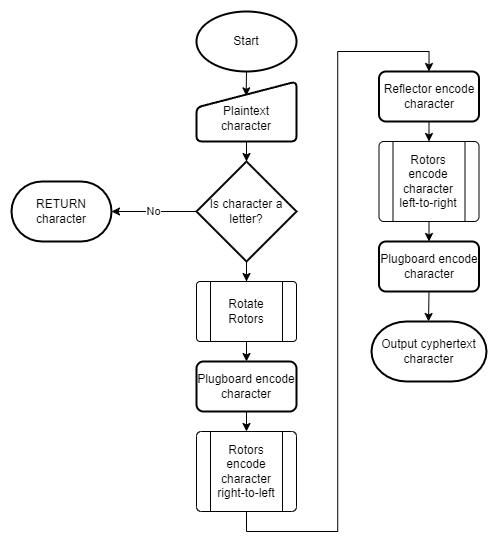
Above: docs/images/Enigma encryption flowchart.png in elliot-brooks/enigma-simulator (draw.io), before the change. Source tidied: cells renumbered, new cells last; positions are measured from the earlier drawing's top-left corner, leaving out a move shared by most shapes. The source it was exported from:
```xml
<mxGraphModel>
  <root>
    <mxCell id="0" />
    <mxCell id="1" parent="0" />
    <mxCell id="2" value="No" style="edgeStyle=orthogonalEdgeStyle;rounded=0;jettySize=auto;html=1;exitX=0;exitY=0.5;exitDx=0;exitDy=0;exitPerimeter=0;entryX=1;entryY=0.5;entryDx=0;entryDy=0;entryPerimeter=0;" parent="1" edge="1" source="4" target="11">
      <mxGeometry relative="1" as="geometry" />
    </mxCell>
    <mxCell id="3" style="edgeStyle=orthogonalEdgeStyle;rounded=0;jettySize=auto;html=1;entryX=0.5;entryY=0;entryDx=0;entryDy=0;" parent="1" edge="1" source="4" target="13">
      <mxGeometry relative="1" as="geometry" />
    </mxCell>
    <mxCell id="4" value="Is character a letter?" style="strokeWidth=2;html=1;shape=mxgraph.flowchart.decision;whiteSpace=wrap;" parent="1" vertex="1">
      <mxGeometry x="185" y="150" width="100" height="100" as="geometry" />
    </mxCell>
    <mxCell id="5" style="edgeStyle=orthogonalEdgeStyle;rounded=0;jettySize=auto;html=1;exitX=0.5;exitY=1;exitDx=0;exitDy=0;entryX=0.5;entryY=0;entryDx=0;entryDy=0;" parent="1" edge="1" source="6">
      <mxGeometry relative="1" as="geometry">
        <mxPoint x="235" y="420" as="targetPoint" />
      </mxGeometry>
    </mxCell>
    <mxCell id="6" value="Plugboard encode character" style="rounded=1;whiteSpace=wrap;html=1;absoluteArcSize=1;arcSize=14;strokeWidth=2;" parent="1" vertex="1">
      <mxGeometry x="185" y="350" width="100" height="50" as="geometry" />
    </mxCell>
    <mxCell id="7" value="Start" style="strokeWidth=2;html=1;shape=mxgraph.flowchart.start_1;whiteSpace=wrap;" parent="1" vertex="1">
      <mxGeometry x="185" width="100" height="60" as="geometry" />
    </mxCell>
    <mxCell id="8" value="&lt;div&gt;&lt;br&gt;&lt;/div&gt;&lt;div&gt;Plaintext&lt;/div&gt;&lt;div&gt;character&lt;/div&gt;" style="html=1;strokeWidth=2;shape=manualInput;whiteSpace=wrap;rounded=1;size=26;arcSize=11;" parent="1" vertex="1">
      <mxGeometry x="185" y="70" width="100" height="60" as="geometry" />
    </mxCell>
    <mxCell id="9" style="edgeStyle=orthogonalEdgeStyle;rounded=0;jettySize=auto;html=1;exitX=0.5;exitY=1;exitDx=0;exitDy=0;exitPerimeter=0;entryX=0.497;entryY=0.239;entryDx=0;entryDy=0;entryPerimeter=0;" parent="1" edge="1" source="7" target="8">
      <mxGeometry relative="1" as="geometry" />
    </mxCell>
    <mxCell id="10" style="edgeStyle=orthogonalEdgeStyle;rounded=0;jettySize=auto;html=1;entryX=0.5;entryY=0;entryDx=0;entryDy=0;entryPerimeter=0;" parent="1" edge="1" source="8" target="4">
      <mxGeometry relative="1" as="geometry" />
    </mxCell>
    <mxCell id="11" value="RETURN&lt;div&gt;character&lt;/div&gt;" style="strokeWidth=2;html=1;shape=mxgraph.flowchart.terminator;whiteSpace=wrap;" parent="1" vertex="1">
      <mxGeometry y="170" width="100" height="60" as="geometry" />
    </mxCell>
    <mxCell id="12" style="edgeStyle=orthogonalEdgeStyle;rounded=0;jettySize=auto;html=1;exitX=0.5;exitY=1;exitDx=0;exitDy=0;entryX=0.5;entryY=0;entryDx=0;entryDy=0;" parent="1" edge="1" source="13" target="6">
      <mxGeometry relative="1" as="geometry" />
    </mxCell>
    <mxCell id="13" value="Rotate&lt;div&gt;Rotors&lt;/div&gt;" style="verticalLabelPosition=middle;verticalAlign=middle;html=1;shape=process;whiteSpace=wrap;rounded=1;size=0.14;arcSize=6;labelPosition=center;align=center;" parent="1" vertex="1">
      <mxGeometry x="185" y="270" width="100" height="60" as="geometry" />
    </mxCell>
    <mxCell id="14" style="edgeStyle=orthogonalEdgeStyle;rounded=0;jettySize=auto;html=1;exitX=0.5;exitY=1;exitDx=0;exitDy=0;entryX=0.5;entryY=0;entryDx=0;entryDy=0;" parent="1" edge="1" source="15" target="17">
      <mxGeometry relative="1" as="geometry" />
    </mxCell>
    <mxCell id="15" value="Rotors encode character right-to-left" style="verticalLabelPosition=middle;verticalAlign=middle;html=1;shape=process;whiteSpace=wrap;rounded=1;size=0.14;arcSize=6;labelPosition=center;align=center;" parent="1" vertex="1">
      <mxGeometry x="185" y="420" width="100" height="80" as="geometry" />
    </mxCell>
    <mxCell id="16" style="edgeStyle=orthogonalEdgeStyle;rounded=0;jettySize=auto;html=1;exitX=0.5;exitY=1;exitDx=0;exitDy=0;entryX=0.5;entryY=0;entryDx=0;entryDy=0;" parent="1" edge="1" source="17" target="19">
      <mxGeometry relative="1" as="geometry" />
    </mxCell>
    <mxCell id="17" value="Reflector encode character" style="rounded=1;whiteSpace=wrap;html=1;absoluteArcSize=1;arcSize=14;strokeWidth=2;" parent="1" vertex="1">
      <mxGeometry x="367.5" y="60" width="100" height="50" as="geometry" />
    </mxCell>
    <mxCell id="18" style="edgeStyle=orthogonalEdgeStyle;rounded=0;jettySize=auto;html=1;exitX=0.5;exitY=1;exitDx=0;exitDy=0;entryX=0.5;entryY=0;entryDx=0;entryDy=0;" parent="1" edge="1" source="19" target="20">
      <mxGeometry relative="1" as="geometry" />
    </mxCell>
    <mxCell id="19" value="Rotors encode character&lt;div&gt;left-to-right&lt;/div&gt;" style="verticalLabelPosition=middle;verticalAlign=middle;html=1;shape=process;whiteSpace=wrap;rounded=1;size=0.14;arcSize=6;labelPosition=center;align=center;" parent="1" vertex="1">
      <mxGeometry x="367.5" y="130" width="100" height="80" as="geometry" />
    </mxCell>
    <mxCell id="20" value="Plugboard encode character" style="rounded=1;whiteSpace=wrap;html=1;absoluteArcSize=1;arcSize=14;strokeWidth=2;" parent="1" vertex="1">
      <mxGeometry x="367.5" y="230" width="100" height="50" as="geometry" />
    </mxCell>
    <mxCell id="21" value="Output cyphertext character" style="strokeWidth=2;html=1;shape=mxgraph.flowchart.terminator;whiteSpace=wrap;" parent="1" vertex="1">
      <mxGeometry x="360" y="310" width="115" height="60" as="geometry" />
    </mxCell>
    <mxCell id="22" style="edgeStyle=orthogonalEdgeStyle;rounded=0;jettySize=auto;html=1;exitX=0.5;exitY=1;exitDx=0;exitDy=0;entryX=0.5;entryY=0;entryDx=0;entryDy=0;entryPerimeter=0;" parent="1" edge="1" source="20">
      <mxGeometry relative="1" as="geometry">
        <mxPoint x="417" y="310" as="targetPoint" />
      </mxGeometry>
    </mxCell>
  </root>
</mxGraphModel>
```
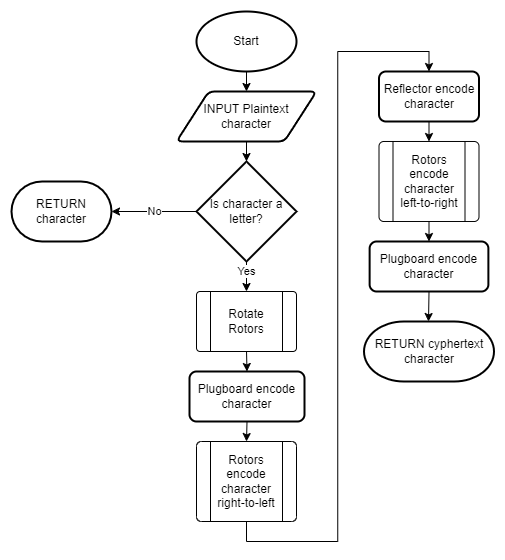
After the commit.

Commit message:
First draft of Enigma D&I

Diff of the diagram source:
```diff
@@ -5,31 +5,33 @@
     <mxCell id="2" value="No" style="edgeStyle=orthogonalEdgeStyle;rounded=0;jettySize=auto;html=1;exitX=0;exitY=0.5;exitDx=0;exitDy=0;exitPerimeter=0;entryX=1;entryY=0.5;entryDx=0;entryDy=0;entryPerimeter=0;" parent="1" edge="1" source="4" target="11">
       <mxGeometry relative="1" as="geometry" />
     </mxCell>
-    <mxCell id="3" style="edgeStyle=orthogonalEdgeStyle;rounded=0;jettySize=auto;html=1;entryX=0.5;entryY=0;entryDx=0;entryDy=0;" parent="1" edge="1" source="4" target="13">
-      <mxGeometry relative="1" as="geometry" />
+    <mxCell id="3" value="Yes" style="edgeStyle=orthogonalEdgeStyle;rounded=0;jettySize=auto;html=1;entryX=0.5;entryY=0;entryDx=0;entryDy=0;" parent="1" edge="1" source="4" target="13">
+      <mxGeometry x="-0.33" relative="1" as="geometry">
+        <Array as="points">
+          <mxPoint x="235" y="260" />
+          <mxPoint x="235" y="260" />
+        </Array>
+      </mxGeometry>
     </mxCell>
     <mxCell id="4" value="Is character a letter?" style="strokeWidth=2;html=1;shape=mxgraph.flowchart.decision;whiteSpace=wrap;" parent="1" vertex="1">
       <mxGeometry x="185" y="150" width="100" height="100" as="geometry" />
     </mxCell>
-    <mxCell id="5" style="edgeStyle=orthogonalEdgeStyle;rounded=0;jettySize=auto;html=1;exitX=0.5;exitY=1;exitDx=0;exitDy=0;entryX=0.5;entryY=0;entryDx=0;entryDy=0;" parent="1" edge="1" source="6">
-      <mxGeometry relative="1" as="geometry">
-        <mxPoint x="235" y="420" as="targetPoint" />
-      </mxGeometry>
+    <mxCell id="5" style="edgeStyle=orthogonalEdgeStyle;rounded=0;jettySize=auto;html=1;exitX=0.5;exitY=1;exitDx=0;exitDy=0;entryX=0.5;entryY=0;entryDx=0;entryDy=0;" parent="1" edge="1" source="6" target="15">
+      <mxGeometry relative="1" as="geometry" />
     </mxCell>
     <mxCell id="6" value="Plugboard encode character" style="rounded=1;whiteSpace=wrap;html=1;absoluteArcSize=1;arcSize=14;strokeWidth=2;" parent="1" vertex="1">
-      <mxGeometry x="185" y="350" width="100" height="50" as="geometry" />
+      <mxGeometry x="178" y="360" width="115" height="50" as="geometry" />
     </mxCell>
     <mxCell id="7" value="Start" style="strokeWidth=2;html=1;shape=mxgraph.flowchart.start_1;whiteSpace=wrap;" parent="1" vertex="1">
       <mxGeometry x="185" width="100" height="60" as="geometry" />
     </mxCell>
-    <mxCell id="8" value="&lt;div&gt;&lt;br&gt;&lt;/div&gt;&lt;div&gt;Plaintext&lt;/div&gt;&lt;div&gt;character&lt;/div&gt;" style="html=1;strokeWidth=2;shape=manualInput;whiteSpace=wrap;rounded=1;size=26;arcSize=11;" parent="1" vertex="1">
-      <mxGeometry x="185" y="70" width="100" height="60" as="geometry" />
-    </mxCell>
-    <mxCell id="9" style="edgeStyle=orthogonalEdgeStyle;rounded=0;jettySize=auto;html=1;exitX=0.5;exitY=1;exitDx=0;exitDy=0;exitPerimeter=0;entryX=0.497;entryY=0.239;entryDx=0;entryDy=0;entryPerimeter=0;" parent="1" edge="1" source="7" target="8">
+    <mxCell id="9" style="edgeStyle=orthogonalEdgeStyle;rounded=0;jettySize=auto;html=1;exitX=0.5;exitY=1;exitDx=0;exitDy=0;exitPerimeter=0;entryX=0.5;entryY=0;entryDx=0;entryDy=0;" parent="1" edge="1" source="7" target="23">
       <mxGeometry relative="1" as="geometry" />
     </mxCell>
-    <mxCell id="10" style="edgeStyle=orthogonalEdgeStyle;rounded=0;jettySize=auto;html=1;entryX=0.5;entryY=0;entryDx=0;entryDy=0;entryPerimeter=0;" parent="1" edge="1" source="8" target="4">
-      <mxGeometry relative="1" as="geometry" />
+    <mxCell id="10" style="edgeStyle=orthogonalEdgeStyle;rounded=0;jettySize=auto;html=1;entryX=0.5;entryY=0;entryDx=0;entryDy=0;entryPerimeter=0;" parent="1" edge="1" target="4">
+      <mxGeometry relative="1" as="geometry">
+        <mxPoint x="235" y="130" as="sourcePoint" />
+      </mxGeometry>
     </mxCell>
     <mxCell id="11" value="RETURN&lt;div&gt;character&lt;/div&gt;" style="strokeWidth=2;html=1;shape=mxgraph.flowchart.terminator;whiteSpace=wrap;" parent="1" vertex="1">
       <mxGeometry y="170" width="100" height="60" as="geometry" />
@@ -38,13 +40,13 @@
       <mxGeometry relative="1" as="geometry" />
     </mxCell>
     <mxCell id="13" value="Rotate&lt;div&gt;Rotors&lt;/div&gt;" style="verticalLabelPosition=middle;verticalAlign=middle;html=1;shape=process;whiteSpace=wrap;rounded=1;size=0.14;arcSize=6;labelPosition=center;align=center;" parent="1" vertex="1">
-      <mxGeometry x="185" y="270" width="100" height="60" as="geometry" />
+      <mxGeometry x="185" y="280" width="100" height="60" as="geometry" />
     </mxCell>
     <mxCell id="14" style="edgeStyle=orthogonalEdgeStyle;rounded=0;jettySize=auto;html=1;exitX=0.5;exitY=1;exitDx=0;exitDy=0;entryX=0.5;entryY=0;entryDx=0;entryDy=0;" parent="1" edge="1" source="15" target="17">
       <mxGeometry relative="1" as="geometry" />
     </mxCell>
     <mxCell id="15" value="Rotors encode character right-to-left" style="verticalLabelPosition=middle;verticalAlign=middle;html=1;shape=process;whiteSpace=wrap;rounded=1;size=0.14;arcSize=6;labelPosition=center;align=center;" parent="1" vertex="1">
-      <mxGeometry x="185" y="420" width="100" height="80" as="geometry" />
+      <mxGeometry x="185" y="430" width="100" height="80" as="geometry" />
     </mxCell>
     <mxCell id="16" style="edgeStyle=orthogonalEdgeStyle;rounded=0;jettySize=auto;html=1;exitX=0.5;exitY=1;exitDx=0;exitDy=0;entryX=0.5;entryY=0;entryDx=0;entryDy=0;" parent="1" edge="1" source="17" target="19">
       <mxGeometry relative="1" as="geometry" />
@@ -59,15 +61,18 @@
       <mxGeometry x="367.5" y="130" width="100" height="80" as="geometry" />
     </mxCell>
     <mxCell id="20" value="Plugboard encode character" style="rounded=1;whiteSpace=wrap;html=1;absoluteArcSize=1;arcSize=14;strokeWidth=2;" parent="1" vertex="1">
-      <mxGeometry x="367.5" y="230" width="100" height="50" as="geometry" />
+      <mxGeometry x="358.1" y="230" width="118.8" height="50" as="geometry" />
     </mxCell>
-    <mxCell id="21" value="Output cyphertext character" style="strokeWidth=2;html=1;shape=mxgraph.flowchart.terminator;whiteSpace=wrap;" parent="1" vertex="1">
-      <mxGeometry x="360" y="310" width="115" height="60" as="geometry" />
+    <mxCell id="21" value="RETURN cyphertext character" style="strokeWidth=2;html=1;shape=mxgraph.flowchart.terminator;whiteSpace=wrap;" parent="1" vertex="1">
+      <mxGeometry x="352.5" y="310" width="130" height="60" as="geometry" />
     </mxCell>
     <mxCell id="22" style="edgeStyle=orthogonalEdgeStyle;rounded=0;jettySize=auto;html=1;exitX=0.5;exitY=1;exitDx=0;exitDy=0;entryX=0.5;entryY=0;entryDx=0;entryDy=0;entryPerimeter=0;" parent="1" edge="1" source="20">
       <mxGeometry relative="1" as="geometry">
         <mxPoint x="417" y="310" as="targetPoint" />
       </mxGeometry>
     </mxCell>
+    <mxCell id="23" value="INPUT Plaintext character" style="shape=parallelogram;html=1;strokeWidth=2;perimeter=parallelogramPerimeter;whiteSpace=wrap;rounded=1;arcSize=12;size=0.23;" parent="1" vertex="1">
+      <mxGeometry x="165" y="80" width="140" height="50" as="geometry" />
+    </mxCell>
   </root>
 </mxGraphModel>
```
